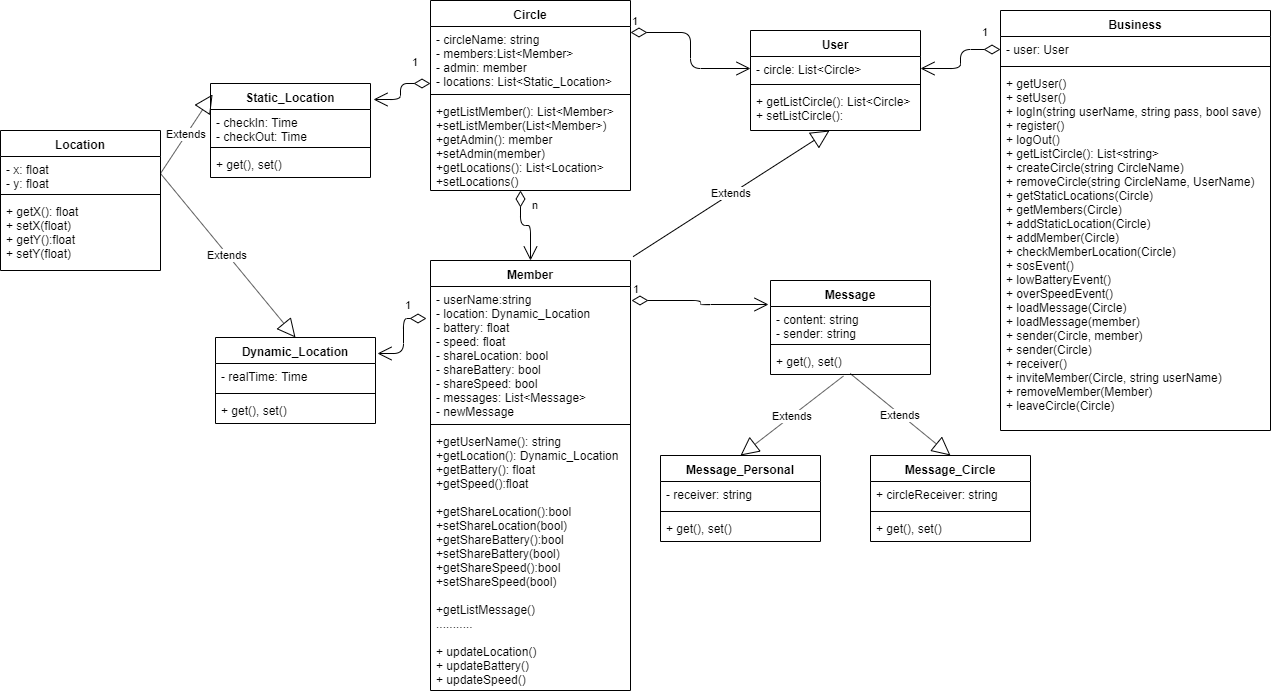
Before: Design/UML-Android.png, a diagram exported from draw.io (hoanganhgo/android). Source tidied: cells renumbered, new cells last; positions are measured from the earlier drawing's top-left corner, leaving out a move shared by most shapes.
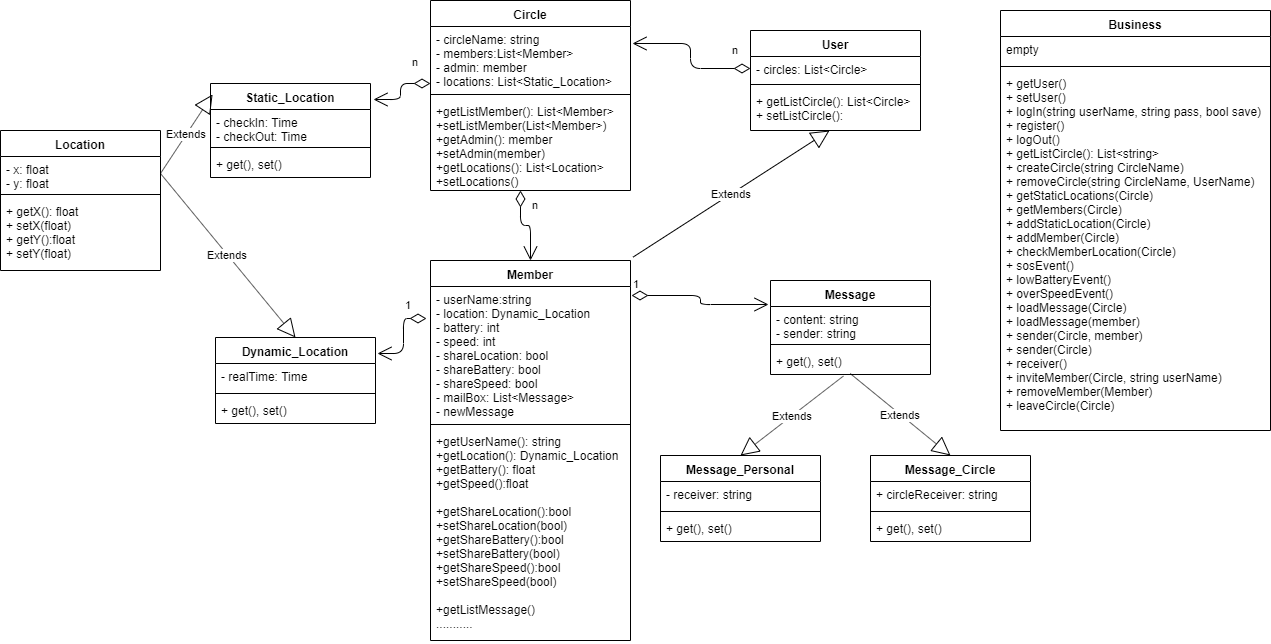
Later version of the same file.

Diff of the diagram source:
```diff
@@ -15,16 +15,16 @@
       <mxGeometry y="98" width="200" height="92" as="geometry" />
     </mxCell>
     <mxCell id="6" value="Member" style="swimlane;fontStyle=1;align=center;verticalAlign=top;horizontal=1;startSize=26;" parent="1" vertex="1">
-      <mxGeometry x="430" y="260" width="200" height="430" as="geometry" />
+      <mxGeometry x="430" y="260" width="200" height="380" as="geometry" />
     </mxCell>
-    <mxCell id="7" value="- userName:string&#10;- location: Dynamic_Location&#10;- battery: float&#10;- speed: float&#10;- shareLocation: bool&#10;- shareBattery: bool&#10;- shareSpeed: bool&#10;- messages: List&lt;Message&gt;&#10;- newMessage" style="text;strokeColor=none;fillColor=none;align=left;verticalAlign=top;spacingLeft=4;spacingRight=4;overflow=hidden;points=[[0,0.5],[1,0.5]];portConstraint=eastwest;" parent="6" vertex="1">
+    <mxCell id="7" value="- userName:string&#10;- location: Dynamic_Location&#10;- battery: int&#10;- speed: int&#10;- shareLocation: bool&#10;- shareBattery: bool&#10;- shareSpeed: bool&#10;- mailBox: List&lt;Message&gt;&#10;- newMessage" style="text;strokeColor=none;fillColor=none;align=left;verticalAlign=top;spacingLeft=4;spacingRight=4;overflow=hidden;points=[[0,0.5],[1,0.5]];portConstraint=eastwest;" parent="6" vertex="1">
       <mxGeometry y="26" width="200" height="134" as="geometry" />
     </mxCell>
     <mxCell id="8" style="line;strokeWidth=1;fillColor=none;align=left;verticalAlign=middle;spacingTop=-1;spacingLeft=3;spacingRight=3;labelPosition=right;" parent="6" vertex="1">
       <mxGeometry y="160" width="200" height="8" as="geometry" />
     </mxCell>
-    <mxCell id="9" value="+getUserName(): string&#10;+getLocation(): Dynamic_Location&#10;+getBattery(): float&#10;+getSpeed():float&#10;&#10;+getShareLocation():bool&#10;+setShareLocation(bool)&#10;+getShareBattery():bool&#10;+setShareBattery(bool)&#10;+getShareSpeed():bool&#10;+setShareSpeed(bool)&#10;&#10;+getListMessage()&#10;...........&#10;&#10;+ updateLocation()&#10;+ updateBattery()&#10;+ updateSpeed()" style="text;strokeColor=none;fillColor=none;align=left;verticalAlign=top;spacingLeft=4;spacingRight=4;overflow=hidden;" parent="6" vertex="1">
-      <mxGeometry y="168" width="200" height="262" as="geometry" />
+    <mxCell id="9" value="+getUserName(): string&#10;+getLocation(): Dynamic_Location&#10;+getBattery(): float&#10;+getSpeed():float&#10;&#10;+getShareLocation():bool&#10;+setShareLocation(bool)&#10;+getShareBattery():bool&#10;+setShareBattery(bool)&#10;+getShareSpeed():bool&#10;+setShareSpeed(bool)&#10;&#10;+getListMessage()&#10;...........&#10;" style="text;strokeColor=none;fillColor=none;align=left;verticalAlign=top;spacingLeft=4;spacingRight=4;overflow=hidden;" parent="6" vertex="1">
+      <mxGeometry y="168" width="200" height="212" as="geometry" />
     </mxCell>
     <mxCell id="10" value="n" style="endArrow=open;html=1;endSize=12;startArrow=diamondThin;startSize=14;startFill=0;edgeStyle=orthogonalEdgeStyle;align=left;verticalAlign=bottom;entryX=0.5;entryY=0;entryDx=0;entryDy=0;exitX=0.448;exitY=1;exitDx=0;exitDy=0;exitPerimeter=0;" parent="1" edge="1" source="5" target="6">
       <mxGeometry x="-0.42" y="10" relative="1" as="geometry" />
@@ -59,7 +59,7 @@
     <mxCell id="20" value="User" style="swimlane;fontStyle=1;align=center;verticalAlign=top;horizontal=1;startSize=26;" parent="1" vertex="1">
       <mxGeometry x="750" y="30" width="170" height="100" as="geometry" />
     </mxCell>
-    <mxCell id="21" value="- circle: List&lt;Circle&gt;&#10;&#10;" style="text;strokeColor=none;fillColor=none;align=left;verticalAlign=top;spacingLeft=4;spacingRight=4;overflow=hidden;points=[[0,0.5],[1,0.5]];portConstraint=eastwest;" parent="20" vertex="1">
+    <mxCell id="21" value="- circles: List&lt;Circle&gt;&#10;&#10;" style="text;strokeColor=none;fillColor=none;align=left;verticalAlign=top;spacingLeft=4;spacingRight=4;overflow=hidden;points=[[0,0.5],[1,0.5]];portConstraint=eastwest;" parent="20" vertex="1">
       <mxGeometry y="26" width="170" height="24" as="geometry" />
     </mxCell>
     <mxCell id="22" style="line;strokeWidth=1;fillColor=none;align=left;verticalAlign=middle;spacingTop=-1;spacingLeft=3;spacingRight=3;labelPosition=right;" parent="20" vertex="1">
@@ -68,13 +68,13 @@
     <mxCell id="23" value="+ getListCircle(): List&lt;Circle&gt;&#10;+ setListCircle():&#10;" style="text;strokeColor=none;fillColor=none;align=left;verticalAlign=top;spacingLeft=4;spacingRight=4;overflow=hidden;points=[[0,0.5],[1,0.5]];portConstraint=eastwest;" parent="20" vertex="1">
       <mxGeometry y="58" width="170" height="42" as="geometry" />
     </mxCell>
-    <mxCell id="24" value="1" style="endArrow=open;html=1;endSize=12;startArrow=diamondThin;startSize=14;startFill=0;edgeStyle=orthogonalEdgeStyle;align=left;verticalAlign=bottom;exitX=1;exitY=0.169;exitDx=0;exitDy=0;exitPerimeter=0;entryX=0;entryY=0.5;entryDx=0;entryDy=0;" parent="1" edge="1" source="2" target="21">
-      <mxGeometry x="-1" y="3" relative="1" as="geometry" />
+    <mxCell id="24" value="n" style="endArrow=open;html=1;endSize=12;startArrow=diamondThin;startSize=14;startFill=0;edgeStyle=orthogonalEdgeStyle;align=left;verticalAlign=bottom;exitX=0;exitY=0.5;exitDx=0;exitDy=0;entryX=1.01;entryY=0.266;entryDx=0;entryDy=0;entryPerimeter=0;" parent="1" edge="1" source="21" target="3">
+      <mxGeometry x="-0.02" y="-40" relative="1" as="geometry" />
     </mxCell>
     <mxCell id="25" value="Business" style="swimlane;fontStyle=1;align=center;verticalAlign=top;horizontal=1;startSize=26;" parent="1" vertex="1">
       <mxGeometry x="1000" y="10" width="270" height="420" as="geometry" />
     </mxCell>
-    <mxCell id="26" value="- user: User" style="text;strokeColor=none;fillColor=none;align=left;verticalAlign=top;spacingLeft=4;spacingRight=4;overflow=hidden;points=[[0,0.5],[1,0.5]];portConstraint=eastwest;" parent="25" vertex="1">
+    <mxCell id="26" value="empty" style="text;strokeColor=none;fillColor=none;align=left;verticalAlign=top;spacingLeft=4;spacingRight=4;overflow=hidden;points=[[0,0.5],[1,0.5]];portConstraint=eastwest;" parent="25" vertex="1">
       <mxGeometry y="26" width="270" height="26" as="geometry" />
     </mxCell>
     <mxCell id="27" style="line;strokeWidth=1;fillColor=none;align=left;verticalAlign=middle;spacingTop=-1;spacingLeft=3;spacingRight=3;labelPosition=right;" parent="25" vertex="1">
@@ -121,12 +121,9 @@
         <mxPoint x="8" y="-8" as="offset" />
       </mxGeometry>
     </mxCell>
-    <mxCell id="41" value="1" style="endArrow=open;html=1;endSize=12;startArrow=diamondThin;startSize=14;startFill=0;edgeStyle=orthogonalEdgeStyle;align=left;verticalAlign=bottom;exitX=0;exitY=0.891;exitDx=0;exitDy=0;exitPerimeter=0;entryX=1.019;entryY=0.17;entryDx=0;entryDy=0;entryPerimeter=0;" parent="1" edge="1" source="3" target="34">
+    <mxCell id="41" value="n" style="endArrow=open;html=1;endSize=12;startArrow=diamondThin;startSize=14;startFill=0;edgeStyle=orthogonalEdgeStyle;align=left;verticalAlign=bottom;exitX=0;exitY=0.891;exitDx=0;exitDy=0;exitPerimeter=0;entryX=1.019;entryY=0.17;entryDx=0;entryDy=0;entryPerimeter=0;" parent="1" edge="1" source="3" target="34">
       <mxGeometry x="-0.45" y="-13" relative="1" as="geometry" />
     </mxCell>
-    <mxCell id="42" value="1" style="endArrow=open;html=1;endSize=12;startArrow=diamondThin;startSize=14;startFill=0;edgeStyle=orthogonalEdgeStyle;align=left;verticalAlign=bottom;exitX=0;exitY=0.5;exitDx=0;exitDy=0;entryX=1;entryY=0.5;entryDx=0;entryDy=0;" parent="1" edge="1" source="26" target="21">
-      <mxGeometry x="-0.6" y="-9" relative="1" as="geometry" />
-    </mxCell>
     <mxCell id="43" value="Message_Personal" style="swimlane;fontStyle=1;align=center;verticalAlign=top;horizontal=1;startSize=26;" parent="1" vertex="1">
       <mxGeometry x="660" y="455" width="160" height="86" as="geometry" />
     </mxCell>
```
